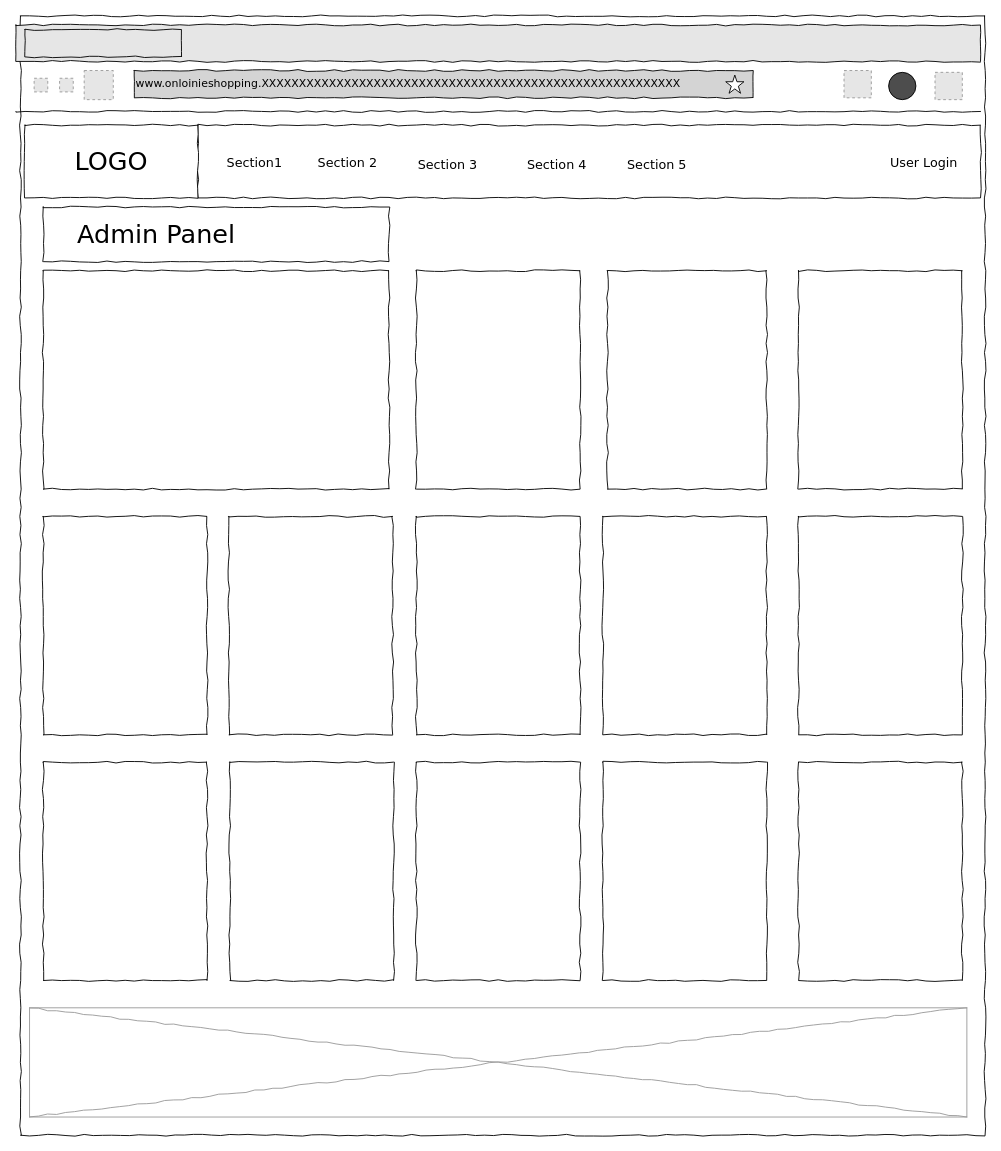
This is page "Admin" (1 of 3) of 03-Solution Design/03-User Interface/User Interface.drawio from Chufeng-Jiang/Java_SpringBoot_DubaiShop_E-Commerce, a draw.io file, before an edit. Source tidied: cells renumbered, new cells numbered last; positions are measured from the earlier drawing's top-left corner, leaving out a move shared by most shapes. Both pictures are drawn from the tidied source at 91%, with x=0, y=0 at pixel (15, 15). Pictures stored in the file or linked from it are replaced by grey dashed boxes.
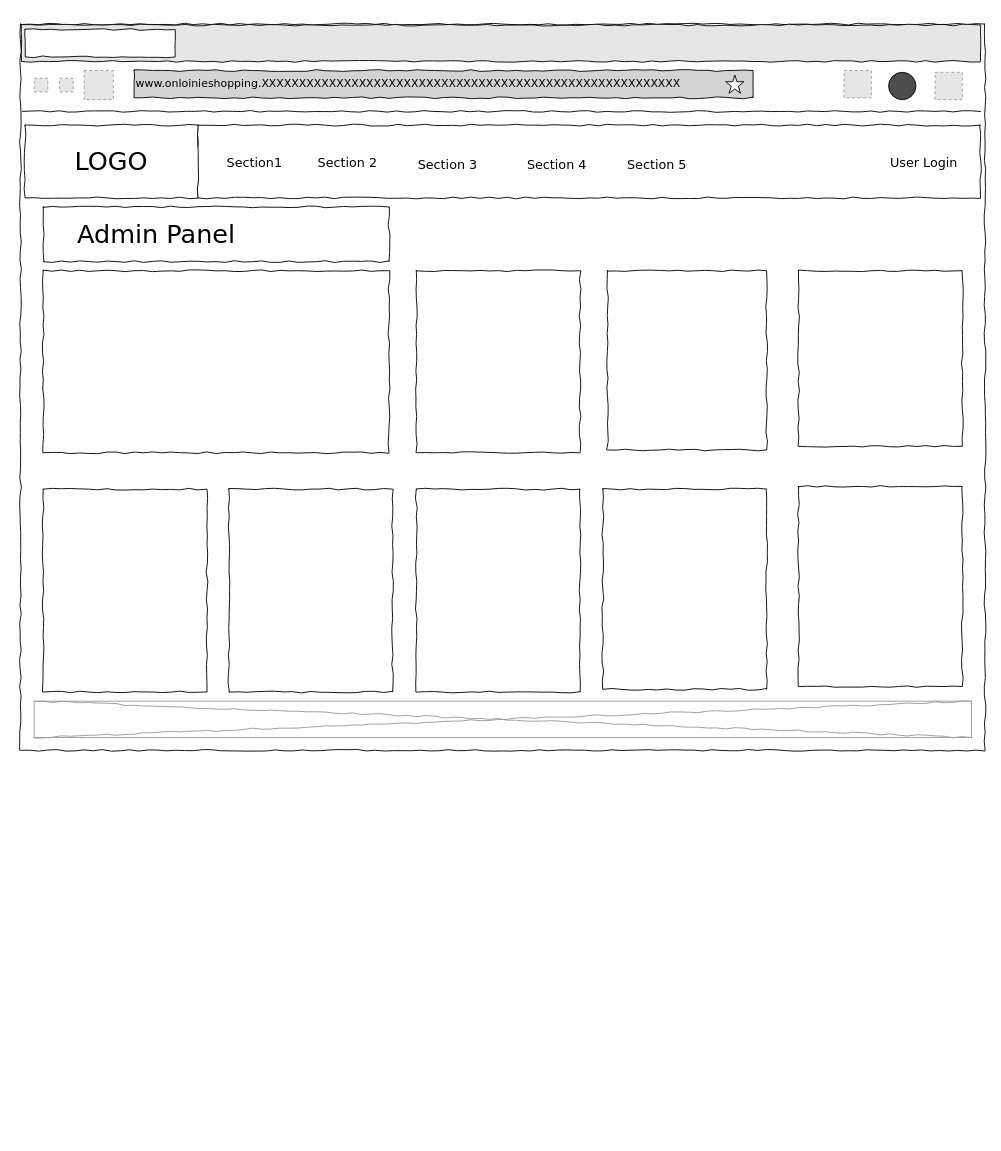
Above is the later version.

Commit message (it also covers changes not shown here):
add ER admin user roles

What changed in the source:
```diff
@@
     <mxCell id="2" style="whiteSpace=wrap;html=1;rounded=0;shadow=0;labelBackgroundColor=none;strokeColor=#000000;strokeWidth=1;fillColor=none;fontFamily=Verdana;fontSize=12;fontColor=#000000;align=center;comic=1;" parent="1" vertex="1">
-      <mxGeometry x="5" width="1060" height="1230" as="geometry" />
+      <mxGeometry x="5" y="9" width="1060" height="798" as="geometry" />
     </mxCell>
@@
     <mxCell id="10" style="verticalLabelPosition=bottom;shadow=0;dashed=0;align=center;html=1;verticalAlign=top;strokeWidth=1;shape=mxgraph.mockup.graphics.simpleIcon;strokeColor=#999999;rounded=0;labelBackgroundColor=none;fontFamily=Verdana;fontSize=14;fontColor=#000000;comic=1;" parent="1" vertex="1">
-      <mxGeometry x="15" y="1090" width="1030" height="120" as="geometry" />
+      <mxGeometry x="20" y="753" width="1030" height="40" as="geometry" />
     </mxCell>
@@
     <mxCell id="20" style="whiteSpace=wrap;html=1;rounded=0;shadow=0;labelBackgroundColor=none;strokeWidth=1;fillColor=none;fontFamily=Verdana;fontSize=12;align=center;comic=1;" parent="1" vertex="1">
-      <mxGeometry x="30" y="280" width="380" height="240" as="geometry" />
+      <mxGeometry x="30" y="280" width="380" height="200" as="geometry" />
     </mxCell>
     <mxCell id="21" style="whiteSpace=wrap;html=1;rounded=0;shadow=0;labelBackgroundColor=none;strokeWidth=1;fillColor=#E6E6E6;fontFamily=Verdana;fontSize=12;align=center;comic=1;" parent="1" vertex="1">
-      <mxGeometry y="10" width="1060" height="40" as="geometry" />
+      <mxGeometry x="6" y="10" width="1054" height="40" as="geometry" />
     </mxCell>
-    <mxCell id="22" style="whiteSpace=wrap;html=1;rounded=0;shadow=0;labelBackgroundColor=none;strokeWidth=1;fillColor=none;fontFamily=Verdana;fontSize=12;align=center;comic=1;" parent="1" vertex="1">
-      <mxGeometry x="10" y="15" width="172" height="30" as="geometry" />
+    <mxCell id="22" style="whiteSpace=wrap;html=1;rounded=0;shadow=0;labelBackgroundColor=none;strokeWidth=1;fillColor=default;fontFamily=Verdana;fontSize=12;align=center;comic=1;" parent="1" vertex="1">
+      <mxGeometry x="10" y="15" width="165" height="30" as="geometry" />
     </mxCell>
     <mxCell id="23" style="line;strokeWidth=1;html=1;rounded=0;shadow=0;labelBackgroundColor=none;fillColor=none;fontFamily=Verdana;fontSize=14;fontColor=#000000;align=center;comic=1;" parent="1" vertex="1">
-      <mxGeometry y="100" width="1060" height="10" as="geometry" />
+      <mxGeometry x="7" y="100" width="1053" height="10" as="geometry" />
     </mxCell>
@@
     <mxCell id="25" style="whiteSpace=wrap;html=1;rounded=0;shadow=0;labelBackgroundColor=none;strokeWidth=1;fillColor=none;fontFamily=Verdana;fontSize=12;align=center;comic=1;" parent="1" vertex="1">
-      <mxGeometry x="440" y="280" width="180" height="240" as="geometry" />
+      <mxGeometry x="440" y="280" width="180" height="200" as="geometry" />
     </mxCell>
     <mxCell id="26" style="whiteSpace=wrap;html=1;rounded=0;shadow=0;labelBackgroundColor=none;strokeWidth=1;fillColor=none;fontFamily=Verdana;fontSize=12;align=center;comic=1;" parent="1" vertex="1">
-      <mxGeometry x="650" y="280" width="175" height="240" as="geometry" />
+      <mxGeometry x="650" y="280" width="175" height="197" as="geometry" />
     </mxCell>
     <mxCell id="27" style="whiteSpace=wrap;html=1;rounded=0;shadow=0;labelBackgroundColor=none;strokeWidth=1;fillColor=none;fontFamily=Verdana;fontSize=12;align=center;comic=1;" parent="1" vertex="1">
-      <mxGeometry x="30" y="550" width="180" height="240" as="geometry" />
+      <mxGeometry x="30" y="520" width="180" height="223" as="geometry" />
     </mxCell>
     <mxCell id="28" style="whiteSpace=wrap;html=1;rounded=0;shadow=0;labelBackgroundColor=none;strokeWidth=1;fillColor=none;fontFamily=Verdana;fontSize=12;align=center;comic=1;" parent="1" vertex="1">
-      <mxGeometry x="234" y="550" width="180" height="240" as="geometry" />
+      <mxGeometry x="234" y="520" width="180" height="223" as="geometry" />
     </mxCell>
     <mxCell id="29" style="whiteSpace=wrap;html=1;rounded=0;shadow=0;labelBackgroundColor=none;strokeWidth=1;fillColor=none;fontFamily=Verdana;fontSize=12;align=center;comic=1;" parent="1" vertex="1">
-      <mxGeometry x="860" y="280" width="180" height="240" as="geometry" />
+      <mxGeometry x="860" y="280" width="180" height="193" as="geometry" />
     </mxCell>
     <mxCell id="30" style="whiteSpace=wrap;html=1;rounded=0;shadow=0;labelBackgroundColor=none;strokeWidth=1;fillColor=none;fontFamily=Verdana;fontSize=12;align=center;comic=1;" parent="1" vertex="1">
-      <mxGeometry x="440" y="550" width="180" height="240" as="geometry" />
+      <mxGeometry x="440" y="520" width="180" height="223" as="geometry" />
     </mxCell>
     <mxCell id="31" style="whiteSpace=wrap;html=1;rounded=0;shadow=0;labelBackgroundColor=none;strokeWidth=1;fillColor=none;fontFamily=Verdana;fontSize=12;align=center;comic=1;" parent="1" vertex="1">
-      <mxGeometry x="645" y="550" width="180" height="240" as="geometry" />
+      <mxGeometry x="645" y="520" width="180" height="220" as="geometry" />
     </mxCell>
     <mxCell id="32" style="whiteSpace=wrap;html=1;rounded=0;shadow=0;labelBackgroundColor=none;strokeWidth=1;fillColor=none;fontFamily=Verdana;fontSize=12;align=center;comic=1;" parent="1" vertex="1">
-      <mxGeometry x="860" y="550" width="180" height="240" as="geometry" />
+      <mxGeometry x="860" y="517" width="180" height="220" as="geometry" />
     </mxCell>
-    <mxCell id="33" style="whiteSpace=wrap;html=1;rounded=0;shadow=0;labelBackgroundColor=none;strokeWidth=1;fillColor=none;fontFamily=Verdana;fontSize=12;align=center;comic=1;" parent="1" vertex="1">
-      <mxGeometry x="30" y="820" width="180" height="240" as="geometry" />
-    </mxCell>
-    <mxCell id="34" style="whiteSpace=wrap;html=1;rounded=0;shadow=0;labelBackgroundColor=none;strokeWidth=1;fillColor=none;fontFamily=Verdana;fontSize=12;align=center;comic=1;" parent="1" vertex="1">
-      <mxGeometry x="235" y="820" width="180" height="240" as="geometry" />
-    </mxCell>
-    <mxCell id="35" style="whiteSpace=wrap;html=1;rounded=0;shadow=0;labelBackgroundColor=none;strokeWidth=1;fillColor=none;fontFamily=Verdana;fontSize=12;align=center;comic=1;" parent="1" vertex="1">
-      <mxGeometry x="440" y="820" width="180" height="240" as="geometry" />
-    </mxCell>
-    <mxCell id="36" style="whiteSpace=wrap;html=1;rounded=0;shadow=0;labelBackgroundColor=none;strokeWidth=1;fillColor=none;fontFamily=Verdana;fontSize=12;align=center;comic=1;" parent="1" vertex="1">
-      <mxGeometry x="645" y="820" width="180" height="240" as="geometry" />
-    </mxCell>
-    <mxCell id="37" style="whiteSpace=wrap;html=1;rounded=0;shadow=0;labelBackgroundColor=none;strokeWidth=1;fillColor=none;fontFamily=Verdana;fontSize=12;align=center;comic=1;" parent="1" vertex="1">
-      <mxGeometry x="860" y="820" width="180" height="240" as="geometry" />
-    </mxCell>
```
